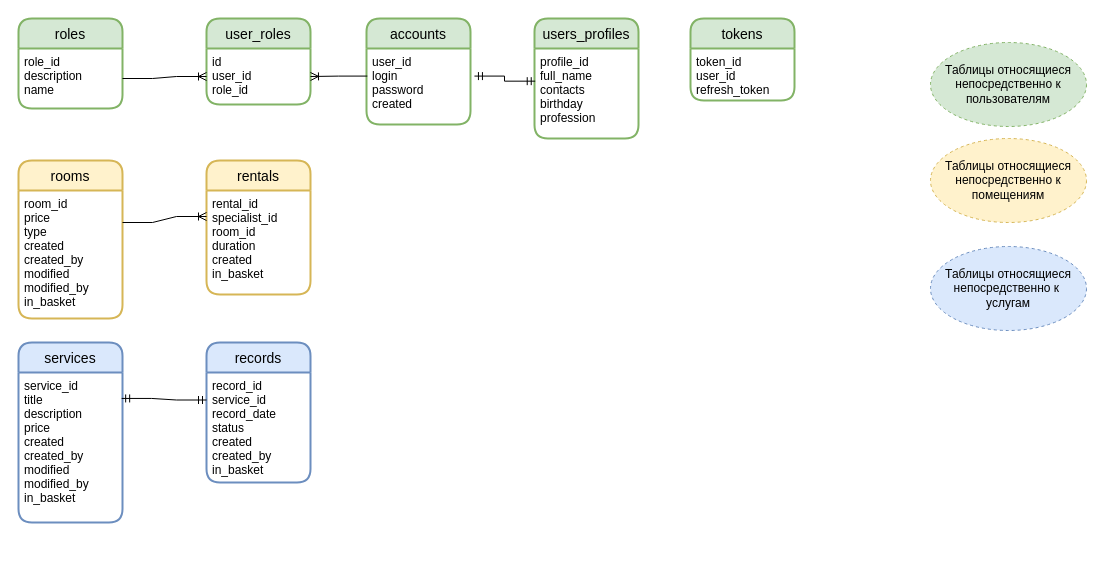
LeksinaAnna/self-employed-services keeps this draw.io diagram as db_schema.drawio. Above is the earlier version. Source tidied: cells renumbered, new cells numbered last; positions are measured from the earlier drawing's top-left corner, leaving out a move shared by most shapes. Both pictures are drawn from the tidied source at 100%, with x=0, y=0 at pixel (18, 18).
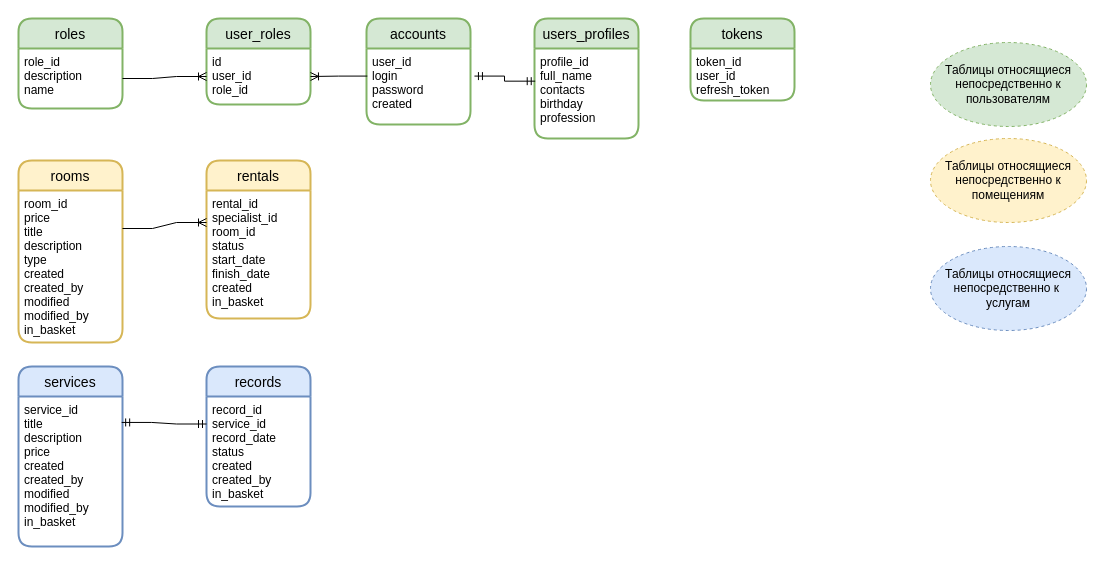
The same diagram, later.

What changed in the source:
```diff
@@
     <mxCell id="8" value="services" style="swimlane;horizontal=1;startSize=30;rounded=1;fontSize=14;fontStyle=0;strokeWidth=2;shadow=0;dashed=0;align=center;fillColor=#dae8fc;strokeColor=#6c8ebf;" parent="1" vertex="1">
-      <mxGeometry y="324" width="104" height="180" as="geometry" />
+      <mxGeometry y="348" width="104" height="180" as="geometry" />
     </mxCell>
@@
     <mxCell id="10" value="records" style="swimlane;horizontal=1;startSize=30;rounded=1;fontSize=14;fontStyle=0;strokeWidth=2;shadow=0;dashed=0;align=center;fillColor=#dae8fc;strokeColor=#6c8ebf;" parent="1" vertex="1">
-      <mxGeometry x="188" y="324" width="104" height="140" as="geometry" />
+      <mxGeometry x="188" y="348" width="104" height="140" as="geometry" />
     </mxCell>
@@
     <mxCell id="17" value="rooms" style="swimlane;horizontal=1;startSize=30;rounded=1;fontSize=14;fontStyle=0;strokeWidth=2;shadow=0;dashed=0;align=center;fillColor=#fff2cc;strokeColor=#d6b656;" parent="1" vertex="1">
-      <mxGeometry y="142" width="104" height="158" as="geometry" />
+      <mxGeometry y="142" width="104" height="182" as="geometry" />
     </mxCell>
-    <mxCell id="18" value="room_id&#10;price&#10;type&#10;created&#10;created_by&#10;modified&#10;modified_by&#10;in_basket" style="align=left;strokeColor=none;fillColor=none;spacingLeft=4;fontSize=12;verticalAlign=top;" parent="17" vertex="1">
-      <mxGeometry y="30" width="104" height="128" as="geometry" />
+    <mxCell id="18" value="room_id&#10;price&#10;title&#10;description&#10;type&#10;created&#10;created_by&#10;modified&#10;modified_by&#10;in_basket" style="align=left;strokeColor=none;fillColor=none;spacingLeft=4;fontSize=12;verticalAlign=top;" parent="17" vertex="1">
+      <mxGeometry y="30" width="104" height="152" as="geometry" />
     </mxCell>
     <mxCell id="19" value="rentals" style="swimlane;horizontal=1;startSize=30;rounded=1;fontSize=14;fontStyle=0;strokeWidth=2;shadow=0;dashed=0;align=center;fillColor=#fff2cc;strokeColor=#d6b656;" parent="1" vertex="1">
-      <mxGeometry x="188" y="142" width="104" height="134" as="geometry" />
+      <mxGeometry x="188" y="142" width="104" height="158" as="geometry" />
     </mxCell>
-    <mxCell id="20" value="rental_id&#10;specialist_id&#10;room_id&#10;duration&#10;created&#10;in_basket" style="align=left;strokeColor=none;fillColor=none;spacingLeft=4;fontSize=12;verticalAlign=top;" parent="19" vertex="1">
-      <mxGeometry y="30" width="104" height="104" as="geometry" />
+    <mxCell id="20" value="rental_id&#10;specialist_id&#10;room_id&#10;status&#10;start_date&#10;finish_date&#10;created&#10;in_basket" style="align=left;strokeColor=none;fillColor=none;spacingLeft=4;fontSize=12;verticalAlign=top;" parent="19" vertex="1">
+      <mxGeometry y="30" width="104" height="128" as="geometry" />
     </mxCell>
```
